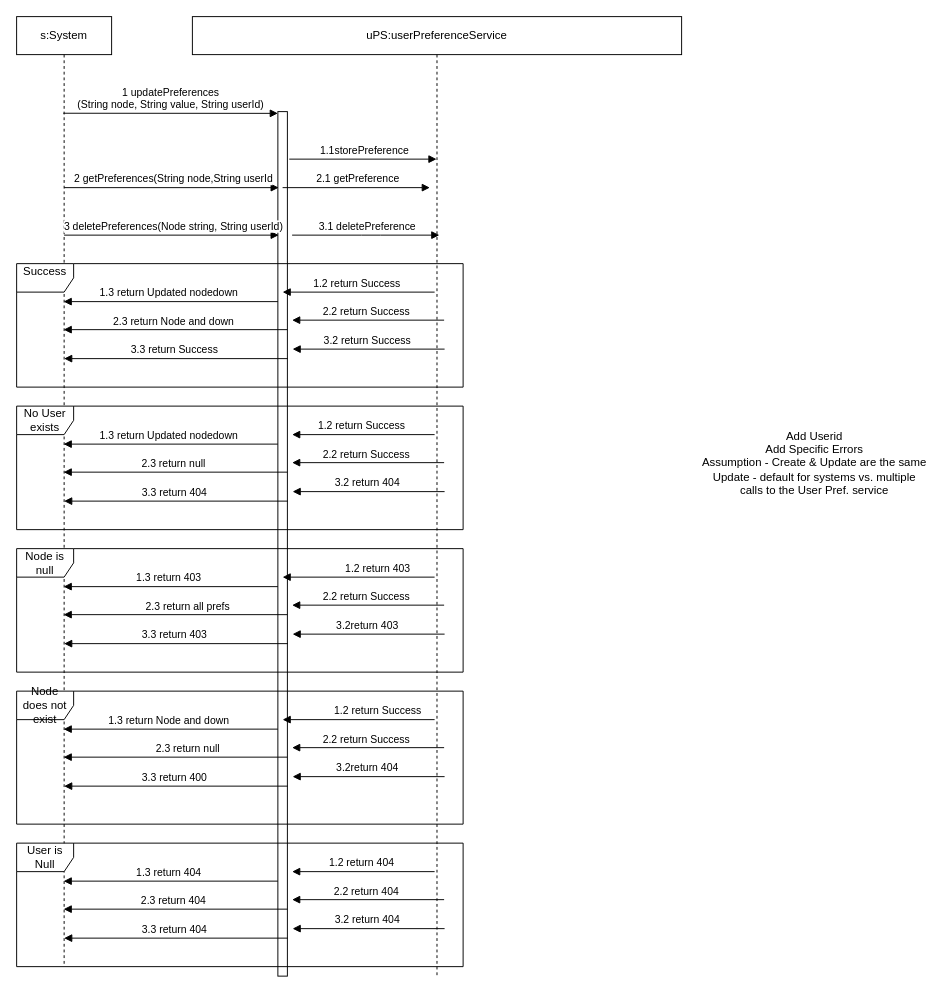
Earlier version of the draw.io diagram page "Sequence" (5 of 7) of Drawings/Microservices/UserPreferences/User Preference.drawio (RMSLowside/rmslow). Source tidied: cells renumbered, new cells numbered last; positions are measured from the earlier drawing's top-left corner, leaving out a move shared by most shapes. Both pictures are drawn from the tidied source at 95%, with x=0, y=0 at pixel (16, 16).
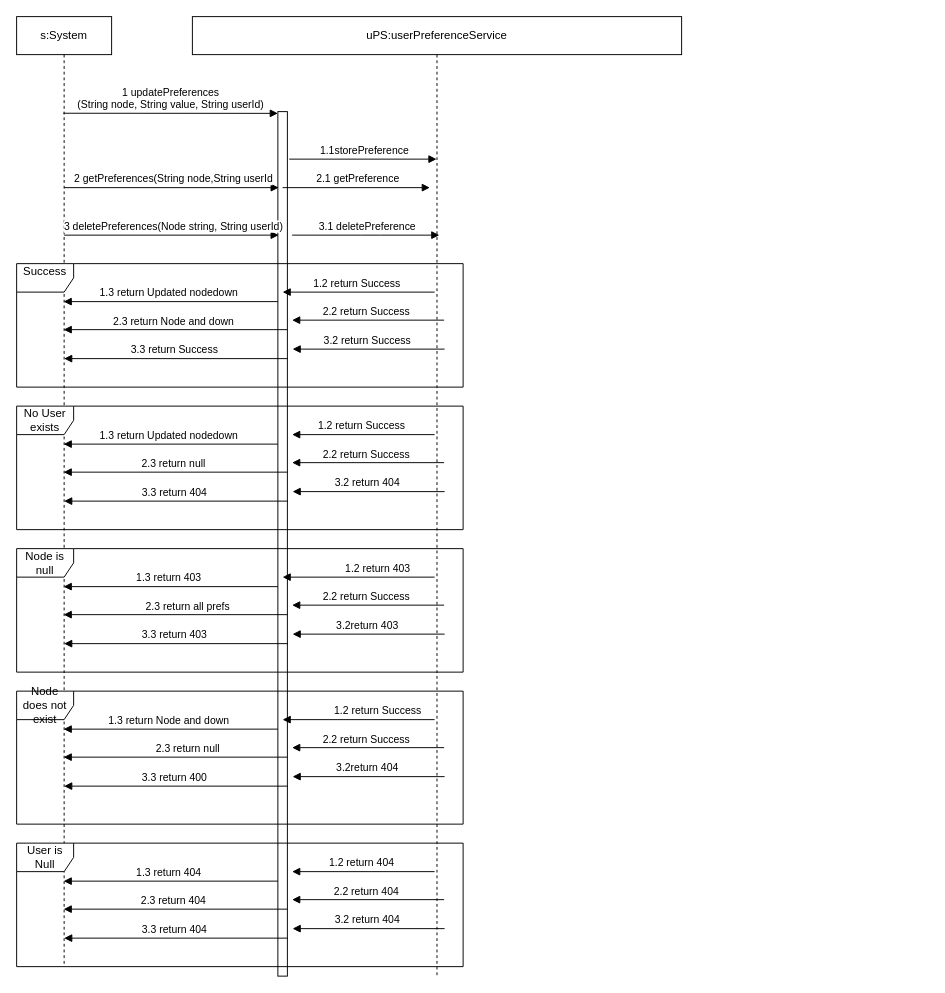
The same page after the edit.

Diff of the diagram source:
```diff
@@
-    <mxCell id="46" value="Add Userid&lt;br&gt;Add Specific Errors&lt;br&gt;Assumption - Create &amp;amp; Update are the same&lt;br&gt;Update - default for systems vs. multiple calls to the User Pref. service" style="text;html=1;strokeColor=none;fillColor=none;align=center;verticalAlign=middle;whiteSpace=wrap;rounded=0;" parent="1" vertex="1">
-      <mxGeometry x="720" y="380" width="240" height="180" as="geometry" />
-    </mxCell>
```
